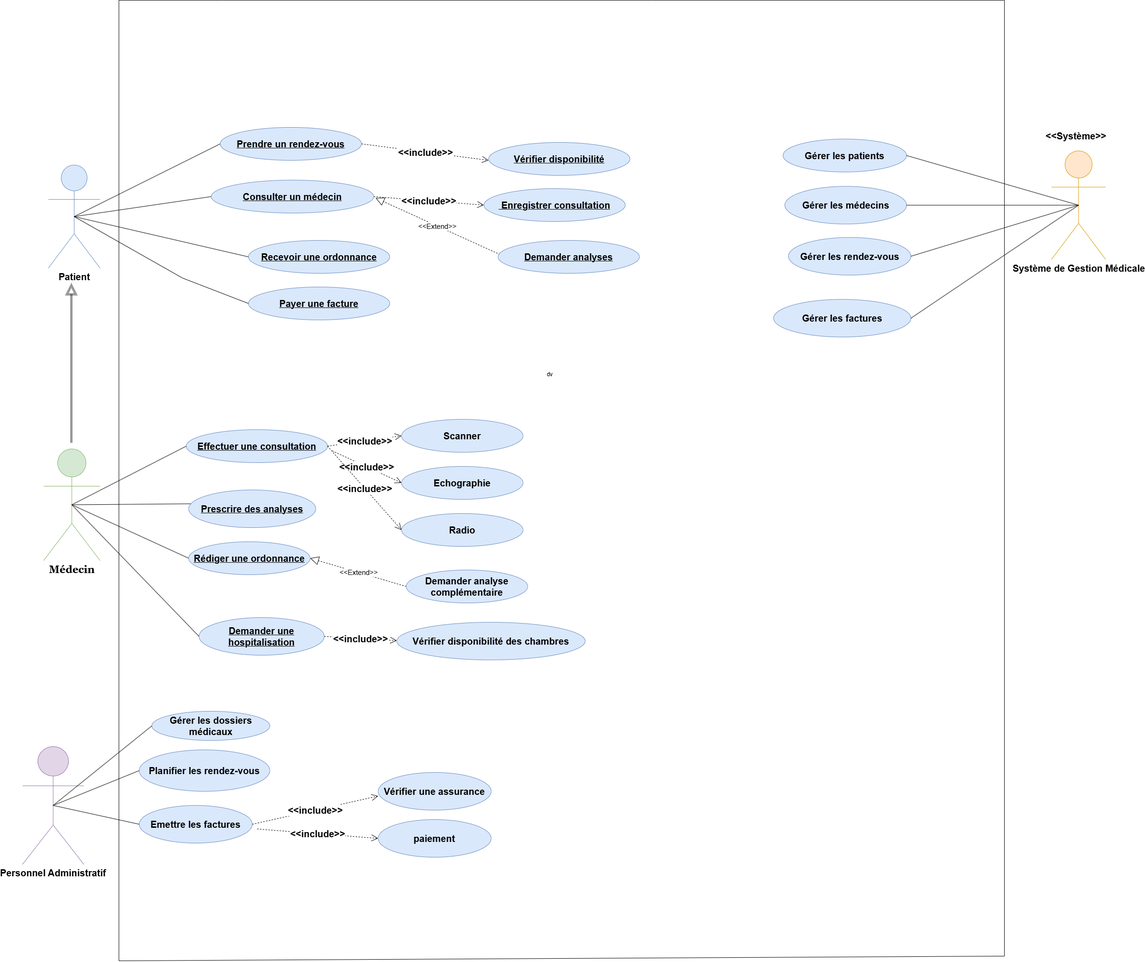
Earlier version of the draw.io export Use case diagram medical.drawio.png (achreffakraoui/Projet-uml). Source tidied: cells renumbered, new cells last; positions are measured from the earlier drawing's top-left corner, leaving out a move shared by most shapes.
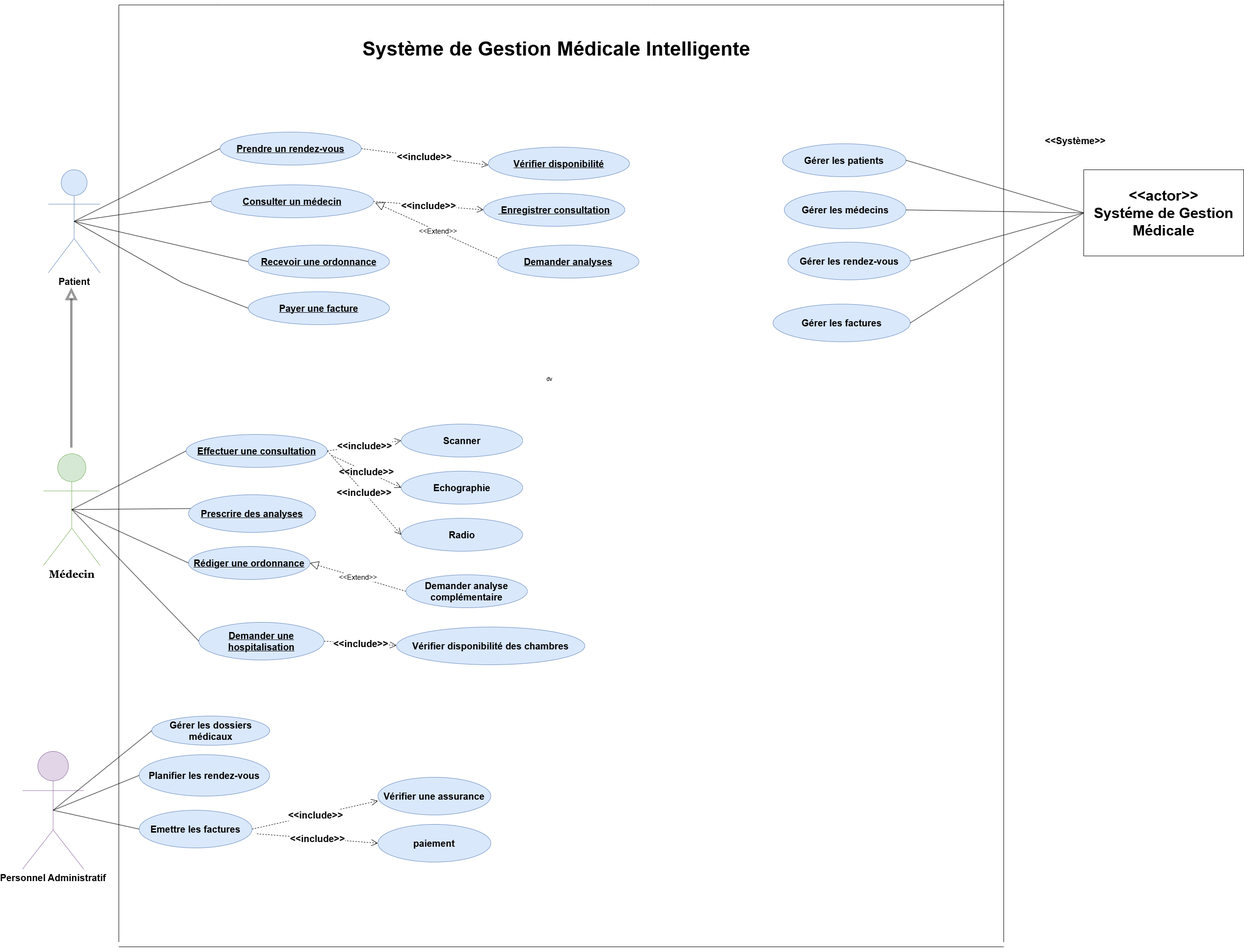
Later version of the same file.

The edit, as a diff of the source:
```diff
@@ -4,7 +4,7 @@
     <mxCell id="1" parent="0" />
     <mxCell id="2" style="endArrow=none;html=1;rounded=0;" parent="1" edge="1">
       <mxGeometry relative="1" as="geometry">
-        <mxPoint x="205" y="2040" as="sourcePoint" />
+        <mxPoint x="205" y="1990" as="sourcePoint" />
         <mxPoint x="205" as="targetPoint" />
       </mxGeometry>
     </mxCell>
@@ -41,8 +41,8 @@
     </mxCell>
     <mxCell id="11" style="endArrow=none;html=1;rounded=0;" parent="1" edge="1">
       <mxGeometry relative="1" as="geometry">
-        <mxPoint x="2085" y="2030" as="sourcePoint" />
-        <mxPoint x="2085" as="targetPoint" />
+        <mxPoint x="2085" y="1990" as="sourcePoint" />
+        <mxPoint x="2085" y="-10" as="targetPoint" />
       </mxGeometry>
     </mxCell>
     <mxCell id="12" value="&lt;span&gt;&lt;b&gt;&lt;font style=&quot;font-size: 20px;&quot;&gt;Personnel Administratif&lt;/font&gt;&lt;/b&gt;&lt;/span&gt;" style="shape=umlActor;verticalLabelPosition=bottom;verticalAlign=top;html=1;outlineConnect=0;fillColor=#e1d5e7;strokeColor=#9673a6;" parent="1" vertex="1">
@@ -115,25 +115,22 @@
     <mxCell id="33" value="&lt;b style=&quot;&quot;&gt;&lt;font style=&quot;font-size: 20px;&quot;&gt;Gérer les rendez-vous&lt;/font&gt;&lt;/b&gt;" style="ellipse;whiteSpace=wrap;html=1;align=center;fillColor=#dae8fc;strokeColor=#6c8ebf;" parent="1" vertex="1">
       <mxGeometry x="1626.5" y="503.8" width="260" height="80" as="geometry" />
     </mxCell>
-    <mxCell id="34" style="endArrow=none;html=1;rounded=0;exitX=0.5;exitY=0.5;exitDx=0;exitDy=0;exitPerimeter=0;entryX=1;entryY=0.5;entryDx=0;entryDy=0;" parent="1" edge="1" source="36" target="19">
+    <mxCell id="34" style="endArrow=none;html=1;rounded=0;exitX=0;exitY=0.5;exitDx=0;exitDy=0;entryX=1;entryY=0.5;entryDx=0;entryDy=0;" parent="1" edge="1" source="64" target="19">
       <mxGeometry relative="1" as="geometry" />
     </mxCell>
-    <mxCell id="35" style="endArrow=none;html=1;rounded=0;entryX=0.5;entryY=0.5;entryDx=0;entryDy=0;exitX=1;exitY=0.5;exitDx=0;exitDy=0;entryPerimeter=0;" parent="1" edge="1" source="9" target="36">
+    <mxCell id="35" style="endArrow=none;html=1;rounded=0;entryX=0;entryY=0.5;entryDx=0;entryDy=0;exitX=1;exitY=0.5;exitDx=0;exitDy=0;" parent="1" edge="1" source="9" target="64">
       <mxGeometry relative="1" as="geometry" />
     </mxCell>
-    <mxCell id="36" value="&lt;font style=&quot;font-size: 20px;&quot;&gt;&lt;b&gt;Système de Gestion Médicale&lt;/b&gt;&lt;/font&gt;" style="shape=umlActor;verticalLabelPosition=bottom;verticalAlign=top;html=1;outlineConnect=0;fillColor=#ffe6cc;strokeColor=#d79b00;" parent="1" vertex="1">
-      <mxGeometry x="2185" y="320" width="115" height="230.5" as="geometry" />
-    </mxCell>
-    <mxCell id="37" style="endArrow=none;html=1;rounded=0;entryX=0.5;entryY=0.5;entryDx=0;entryDy=0;entryPerimeter=0;exitX=1;exitY=0.5;exitDx=0;exitDy=0;" parent="1" edge="1" source="31" target="36">
+    <mxCell id="37" style="endArrow=none;html=1;rounded=0;entryX=0;entryY=0.5;entryDx=0;entryDy=0;exitX=1;exitY=0.5;exitDx=0;exitDy=0;" parent="1" edge="1" source="31" target="64">
       <mxGeometry relative="1" as="geometry" />
     </mxCell>
-    <mxCell id="38" style="endArrow=none;html=1;rounded=0;entryX=0.5;entryY=0.5;entryDx=0;entryDy=0;exitX=1;exitY=0.5;exitDx=0;exitDy=0;entryPerimeter=0;" parent="1" edge="1" source="33" target="36">
+    <mxCell id="38" style="endArrow=none;html=1;rounded=0;entryX=0;entryY=0.5;entryDx=0;entryDy=0;exitX=1;exitY=0.5;exitDx=0;exitDy=0;" parent="1" edge="1" source="33" target="64">
       <mxGeometry relative="1" as="geometry" />
     </mxCell>
     <mxCell id="39" style="endArrow=none;html=1;rounded=0;" parent="1" edge="1">
       <mxGeometry relative="1" as="geometry">
-        <mxPoint x="205" y="2040" as="sourcePoint" />
-        <mxPoint x="2085" y="2030" as="targetPoint" />
+        <mxPoint x="205" y="2000" as="sourcePoint" />
+        <mxPoint x="2085" y="2000" as="targetPoint" />
       </mxGeometry>
     </mxCell>
     <mxCell id="40" value="&lt;b&gt;&lt;font style=&quot;font-size: 20px;&quot;&gt;&amp;lt;&amp;lt;include&amp;gt;&amp;gt;&lt;/font&gt;&lt;/b&gt;" style="endArrow=open;endSize=12;dashed=1;html=1;rounded=0;exitX=1;exitY=0.5;exitDx=0;exitDy=0;" parent="1" edge="1" source="13">
@@ -224,5 +221,11 @@
     <mxCell id="62" value="&lt;b style=&quot;forced-color-adjust: none; color: rgb(0, 0, 0); font-family: Helvetica; font-size: 20px; font-style: normal; font-variant-ligatures: normal; font-variant-caps: normal; letter-spacing: normal; orphans: 2; text-align: center; text-indent: 0px; text-transform: none; widows: 2; word-spacing: 0px; -webkit-text-stroke-width: 0px; white-space: nowrap; background-color: rgb(251, 251, 251); text-decoration-thickness: initial; text-decoration-style: initial; text-decoration-color: initial;&quot;&gt;&amp;lt;&amp;lt;Système&amp;gt;&amp;gt;&lt;/b&gt;" style="text;whiteSpace=wrap;html=1;" parent="1" vertex="1">
       <mxGeometry x="2170.8" y="270" width="120" height="50" as="geometry" />
     </mxCell>
+    <mxCell id="63" value="&lt;font style=&quot;font-size: 42px;&quot;&gt;Système de Gestion Médicale Intelligente&lt;/font&gt;" style="text;whiteSpace=wrap;html=1;align=center;fontStyle=1;" parent="1" vertex="1">
+      <mxGeometry x="675" y="62" width="920" height="80" as="geometry" />
+    </mxCell>
+    <mxCell id="64" value="&lt;span style=&quot;font-size: 31px;&quot;&gt;&lt;b&gt;&amp;lt;&amp;lt;actor&amp;gt;&amp;gt;&lt;/b&gt;&lt;/span&gt;&lt;div&gt;&lt;span style=&quot;font-size: 31px;&quot;&gt;&lt;b&gt;Systéme de Gestion&lt;br&gt;Médicale&lt;/b&gt;&lt;/span&gt;&lt;/div&gt;" style="rounded=0;whiteSpace=wrap;html=1;" parent="1" vertex="1">
+      <mxGeometry x="2255" y="350" width="340" height="183" as="geometry" />
+    </mxCell>
   </root>
 </mxGraphModel>
```
